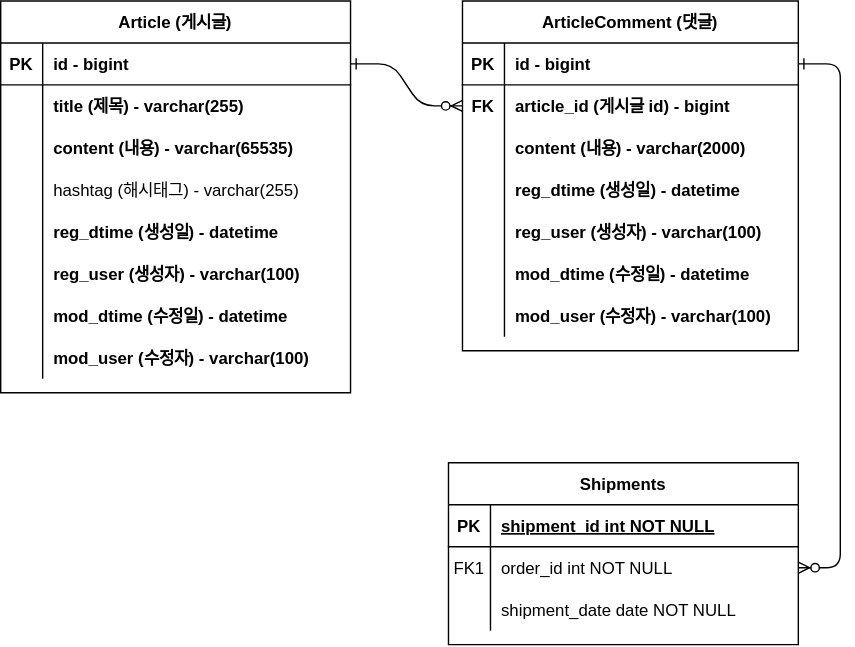
Above: document/project-board-erd.svg in Leekidong1/board-project (draw.io), before the change. Source tidied: cells renumbered, new cells last; positions are measured from the earlier drawing's top-left corner, leaving out a move shared by most shapes.
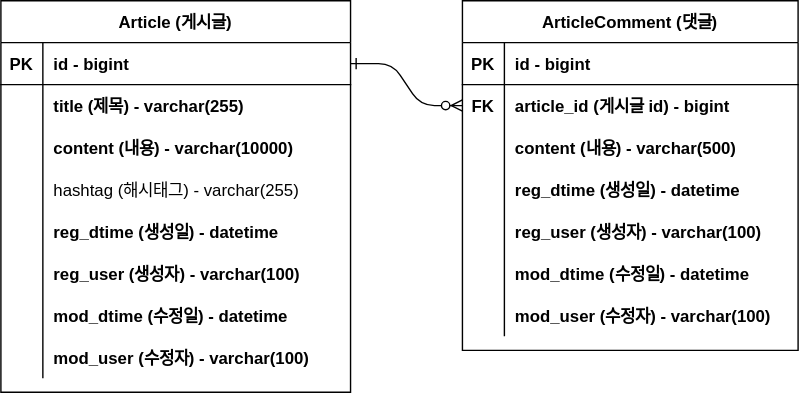
After the commit.

Commit message:
#10 - erd 업데이트: content 사이즈 변경

The edit, as a diff of the source:
```diff
@@ -7,39 +7,6 @@
         <mxPoint x="330" y="75" as="targetPoint" />
       </mxGeometry>
     </mxCell>
-    <mxCell id="3" style="edgeStyle=entityRelationEdgeStyle;endArrow=ERzeroToMany;startArrow=ERone;endFill=1;startFill=0;exitX=1;exitY=0.5;exitDx=0;exitDy=0;" parent="1" edge="1" source="40" target="8">
-      <mxGeometry relative="1" as="geometry" />
-    </mxCell>
-    <mxCell id="4" value="Shipments" style="shape=table;startSize=30;rowLines=0;fontStyle=1;align=center;" parent="1" vertex="1">
-      <mxGeometry x="320" y="330" width="250" height="130" as="geometry" />
-    </mxCell>
-    <mxCell id="5" style="shape=partialRectangle;fillColor=none;top=0;left=0;right=0;bottom=1;" parent="4" vertex="1">
-      <mxGeometry y="30" width="250" height="30" as="geometry" />
-    </mxCell>
-    <mxCell id="6" value="PK" style="shape=partialRectangle;overflow=hidden;fillColor=none;top=0;left=0;bottom=0;right=0;fontStyle=1;" parent="5" vertex="1">
-      <mxGeometry width="30" height="30" as="geometry" />
-    </mxCell>
-    <mxCell id="7" value="shipment_id int NOT NULL " style="shape=partialRectangle;overflow=hidden;fillColor=none;top=0;left=0;bottom=0;right=0;align=left;spacingLeft=6;fontStyle=5;" parent="5" vertex="1">
-      <mxGeometry x="30" width="220" height="30" as="geometry" />
-    </mxCell>
-    <mxCell id="8" style="shape=partialRectangle;fillColor=none;points=[[0,0.5],[1,0.5]];portConstraint=eastwest;top=0;left=0;right=0;bottom=0;" parent="4" vertex="1">
-      <mxGeometry y="60" width="250" height="30" as="geometry" />
-    </mxCell>
-    <mxCell id="9" value="FK1" style="shape=partialRectangle;overflow=hidden;fillColor=none;top=0;left=0;bottom=0;right=0;" parent="8" vertex="1">
-      <mxGeometry width="30" height="30" as="geometry" />
-    </mxCell>
-    <mxCell id="10" value="order_id int NOT NULL" style="shape=partialRectangle;overflow=hidden;fillColor=none;top=0;left=0;bottom=0;right=0;align=left;spacingLeft=6;" parent="8" vertex="1">
-      <mxGeometry x="30" width="220" height="30" as="geometry" />
-    </mxCell>
-    <mxCell id="11" style="shape=partialRectangle;fillColor=none;top=0;left=0;right=0;bottom=0;" parent="4" vertex="1">
-      <mxGeometry y="90" width="250" height="30" as="geometry" />
-    </mxCell>
-    <mxCell id="12" style="shape=partialRectangle;overflow=hidden;fillColor=none;top=0;left=0;bottom=0;right=0;" parent="11" vertex="1">
-      <mxGeometry width="30" height="30" as="geometry" />
-    </mxCell>
-    <mxCell id="13" value="shipment_date date NOT NULL" style="shape=partialRectangle;overflow=hidden;fillColor=none;top=0;left=0;bottom=0;right=0;align=left;spacingLeft=6;" parent="11" vertex="1">
-      <mxGeometry x="30" width="220" height="30" as="geometry" />
-    </mxCell>
     <mxCell id="14" value="Article (게시글)" style="shape=table;startSize=30;rowLines=0;fontStyle=1;align=center;" parent="1" vertex="1">
       <mxGeometry width="250" height="280" as="geometry" />
     </mxCell>
@@ -67,7 +34,7 @@
     <mxCell id="22" style="shape=partialRectangle;overflow=hidden;fillColor=none;top=0;left=0;bottom=0;right=0;" parent="21" vertex="1">
       <mxGeometry width="30" height="30" as="geometry" />
     </mxCell>
-    <mxCell id="23" value="content (내용) - varchar(65535)" style="shape=partialRectangle;overflow=hidden;fillColor=none;top=0;left=0;bottom=0;right=0;align=left;spacingLeft=6;fontStyle=1;" parent="21" vertex="1">
+    <mxCell id="23" value="content (내용) - varchar(10000)" style="shape=partialRectangle;overflow=hidden;fillColor=none;top=0;left=0;bottom=0;right=0;align=left;spacingLeft=6;fontStyle=1;" parent="21" vertex="1">
       <mxGeometry x="30" width="220" height="30" as="geometry" />
     </mxCell>
     <mxCell id="24" style="shape=partialRectangle;fillColor=none;top=0;left=0;right=0;bottom=0;" parent="14" vertex="1">
@@ -142,7 +109,7 @@
     <mxCell id="47" style="shape=partialRectangle;overflow=hidden;fillColor=none;top=0;left=0;bottom=0;right=0;" parent="46" vertex="1">
       <mxGeometry width="30" height="30" as="geometry" />
     </mxCell>
-    <mxCell id="48" value="content (내용) - varchar(2000)" style="shape=partialRectangle;overflow=hidden;fillColor=none;top=0;left=0;bottom=0;right=0;align=left;spacingLeft=6;fontStyle=1;" parent="46" vertex="1">
+    <mxCell id="48" value="content (내용) - varchar(500)" style="shape=partialRectangle;overflow=hidden;fillColor=none;top=0;left=0;bottom=0;right=0;align=left;spacingLeft=6;fontStyle=1;" parent="46" vertex="1">
       <mxGeometry x="30" width="210" height="30" as="geometry" />
     </mxCell>
     <mxCell id="49" style="shape=partialRectangle;fillColor=none;top=0;left=0;right=0;bottom=0;" parent="39" vertex="1">
```
